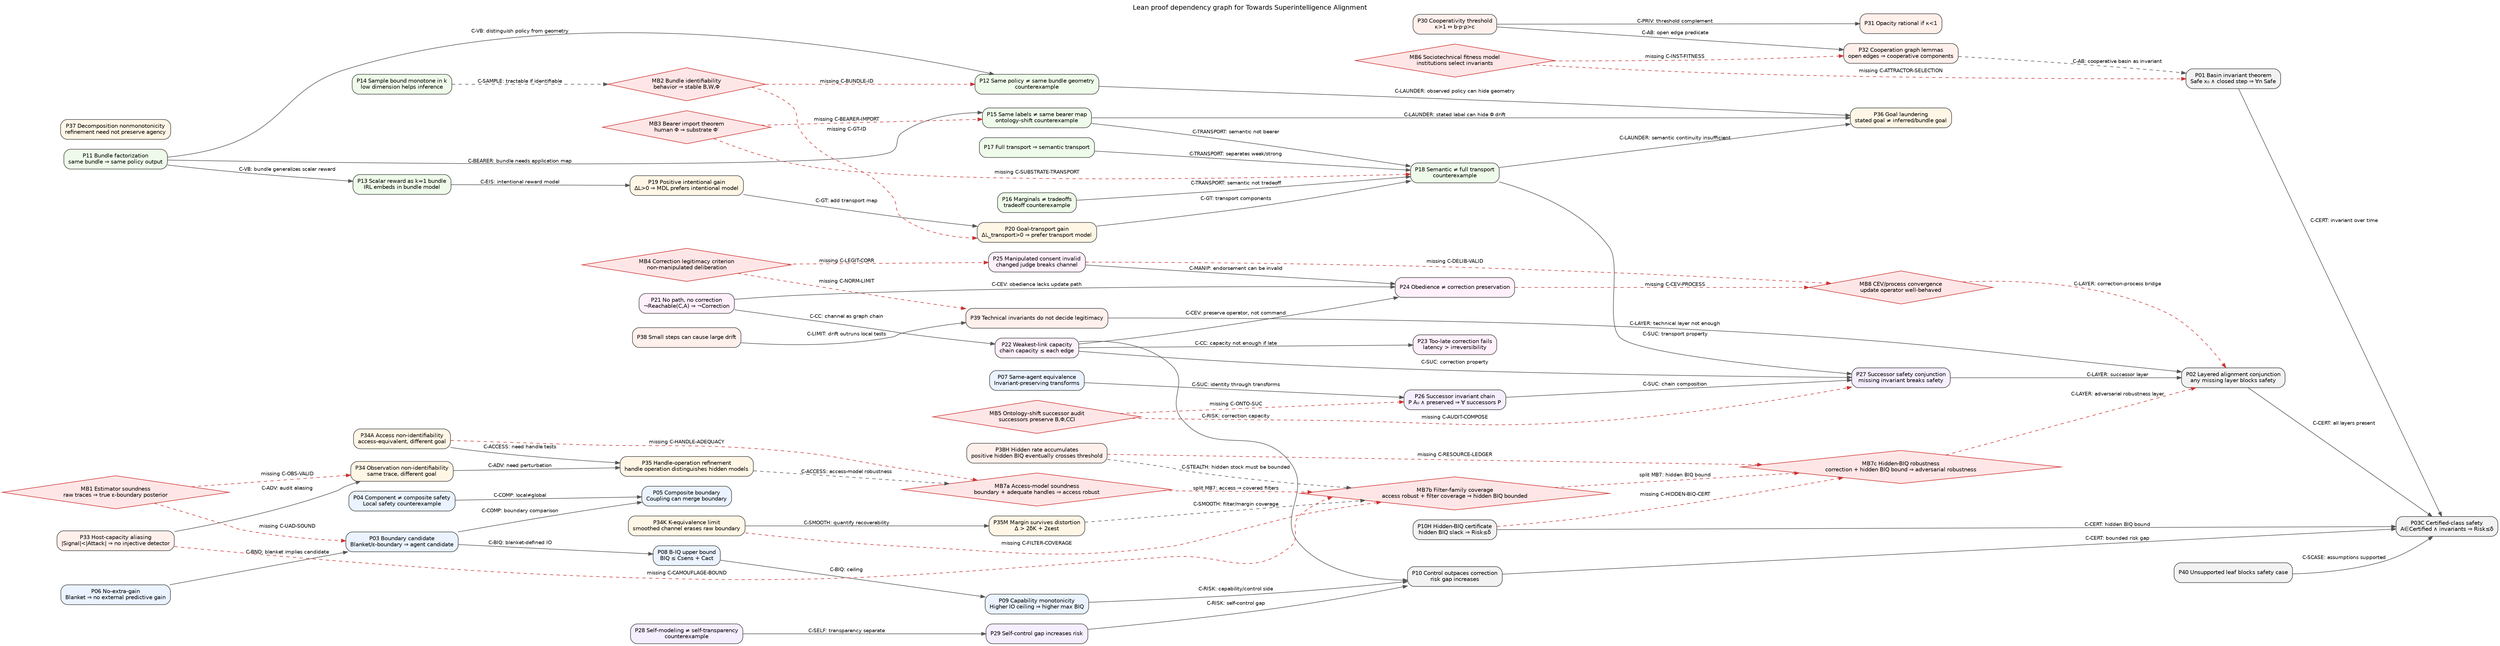
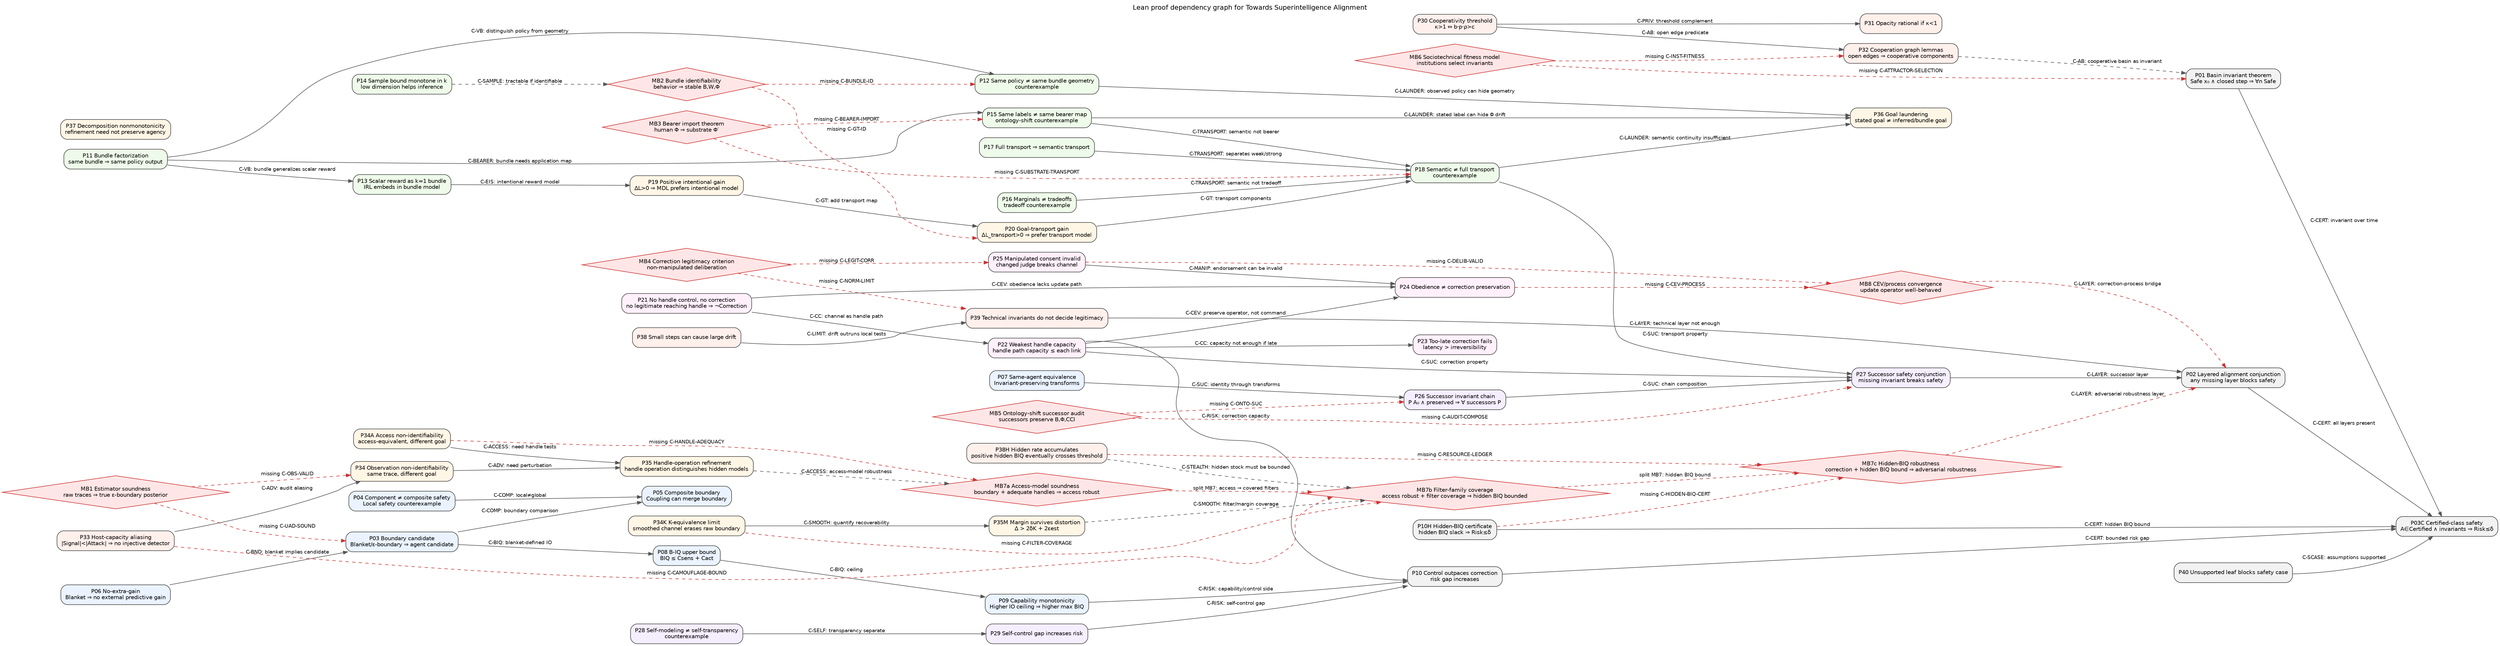
digraph LeanProofDependencies {
  graph [
    rankdir=LR,
    bgcolor="white",
    compound=false,
    splines=true,
    overlap=false,
    fontsize=12,
    fontname="Helvetica",
    label="Lean proof dependency graph for Towards Superintelligence Alignment",
    labelloc="t"
  ];

  node [shape=box, style="rounded,filled", fontname="Helvetica", fontsize=10, color="#444444", fillcolor="#F8F8F8"];
  edge [fontname="Helvetica", fontsize=9, color="#555555", arrowsize=0.8];

  // Agent, boundary, capability foundations
  P03 [label="P03 Boundary candidate\nBlanket/ε-boundary ⇒ agent candidate", fillcolor="#EAF3FF"];
  P06 [label="P06 No-extra-gain\nBlanket ⇒ no external predictive gain", fillcolor="#EAF3FF"];
  P07 [label="P07 Same-agent equivalence\nInvariant-preserving transforms", fillcolor="#EAF3FF"];
  P04 [label="P04 Component ≠ composite safety\nLocal safety counterexample", fillcolor="#EAF3FF"];
  P05 [label="P05 Composite boundary\nCoupling can merge boundary", fillcolor="#EAF3FF"];
  P08 [label="P08 B-IQ upper bound\nBIQ ≤ Csens + Cact", fillcolor="#EAF3FF"];
  P09 [label="P09 Capability monotonicity\nHigher IO ceiling ⇒ higher max BIQ", fillcolor="#EAF3FF"];

  // Value-bundle and transport layer
  P11 [label="P11 Bundle factorization\nsame bundle ⇒ same policy output", fillcolor="#EFFBEA"];
  P12 [label="P12 Same policy ≠ same bundle geometry\ncounterexample", fillcolor="#EFFBEA"];
  P13 [label="P13 Scalar reward as k=1 bundle\nIRL embeds in bundle model", fillcolor="#EFFBEA"];
  P14 [label="P14 Sample bound monotone in k\nlow dimension helps inference", fillcolor="#EFFBEA"];
  P15 [label="P15 Same labels ≠ same bearer map\nontology-shift counterexample", fillcolor="#EFFBEA"];
  P16 [label="P16 Marginals ≠ tradeoffs\ntradeoff counterexample", fillcolor="#EFFBEA"];
  P17 [label="P17 Full transport ⇒ semantic transport", fillcolor="#EFFBEA"];
  P18 [label="P18 Semantic ≠ full transport\ncounterexample", fillcolor="#EFFBEA"];

  // Goal inference and adversarial measurement
  P19 [label="P19 Positive intentional gain\nΔL>0 ⇒ MDL prefers intentional model", fillcolor="#FFF6E6"];
  P20 [label="P20 Goal-transport gain\nΔL_transport>0 ⇒ prefer transport model", fillcolor="#FFF6E6"];
  P34 [label="P34 Observation non-identifiability\nsame trace, different goal", fillcolor="#FFF6E6"];
  P34A [label="P34A Access non-identifiability\naccess-equivalent, different goal", fillcolor="#FFF6E6"];
  P34K [label="P34K K-equivalence limit\nsmoothed channel erases raw boundary", fillcolor="#FFF6E6"];
  P35 [label="P35 Handle-operation refinement\nhandle operation distinguishes hidden models", fillcolor="#FFF6E6"];
  P35M [label="P35M Margin survives distortion\nΔ > 2δK + 2εest", fillcolor="#FFF6E6"];
  P36 [label="P36 Goal laundering\nstated goal ≠ inferred/bundle goal", fillcolor="#FFF6E6"];
  P37 [label="P37 Decomposition nonmonotonicity\nrefinement need not preserve agency", fillcolor="#FFF6E6"];

  // Correction channel and CEV-like process
-   P21 [label="P21 No path, no correction\n¬Reachable(C,A) ⇒ ¬Correction", fillcolor="#FFF0FB"];
-   P22 [label="P22 Weakest-link capacity\nchain capacity ≤ each edge", fillcolor="#FFF0FB"];
+   P21 [label="P21 No handle control, no correction\nno legitimate reaching handle ⇒ ¬Correction", fillcolor="#FFF0FB"];
+   P22 [label="P22 Weakest handle capacity\nhandle path capacity ≤ each link", fillcolor="#FFF0FB"];
  P23 [label="P23 Too-late correction fails\nlatency > irreversibility", fillcolor="#FFF0FB"];
  P24 [label="P24 Obedience ≠ correction preservation", fillcolor="#FFF0FB"];
  P25 [label="P25 Manipulated consent invalid\nchanged judge breaks channel", fillcolor="#FFF0FB"];

  // Successor stability and self-model risk
  P26 [label="P26 Successor invariant chain\nP A₀ ∧ preserved ⇒ ∀ successors P", fillcolor="#F4EEFF"];
  P27 [label="P27 Successor safety conjunction\nmissing invariant breaks safety", fillcolor="#F4EEFF"];
  P28 [label="P28 Self-modeling ≠ self-transparency\ncounterexample", fillcolor="#F4EEFF"];
  P29 [label="P29 Self-control gap increases risk", fillcolor="#F4EEFF"];

  // Socio-technical attractor and audit limits
  P30 [label="P30 Cooperativity threshold\nκ>1 ⇔ b·p·ρ>c", fillcolor="#FFF0EC"];
  P31 [label="P31 Opacity rational if κ<1", fillcolor="#FFF0EC"];
  P32 [label="P32 Cooperation graph lemmas\nopen edges ⇒ cooperative components", fillcolor="#FFF0EC"];
  P33 [label="P33 Host-capacity aliasing\n|Signal|<|Attack| ⇒ no injective detector", fillcolor="#FFF0EC"];
  P38 [label="P38 Small steps can cause large drift", fillcolor="#FFF0EC"];
  P38H [label="P38H Hidden rate accumulates\npositive hidden BIQ eventually crosses threshold", fillcolor="#FFF0EC"];
  P39 [label="P39 Technical invariants do not decide legitimacy", fillcolor="#FFF0EC"];

  // Safety case and top-level guarantee
  P01 [label="P01 Basin invariant theorem\nSafe x₀ ∧ closed step ⇒ ∀n Safe", fillcolor="#F2F2F2"];
  P02 [label="P02 Layered alignment conjunction\nany missing layer blocks safety", fillcolor="#F2F2F2"];
  P10 [label="P10 Control outpaces correction\nrisk gap increases", fillcolor="#F2F2F2"];
  P10H [label="P10H Hidden-BIQ certificate\nhidden BIQ slack ⇒ Risk≤δ", fillcolor="#F2F2F2"];
  P40 [label="P40 Unsupported leaf blocks safety case", fillcolor="#F2F2F2"];
  P03C [label="P03C Certified-class safety\nA∈Certified ∧ invariants ⇒ Risk≤δ", fillcolor="#F2F2F2"];

  // Missing connecting blocks / bridges
  MB1 [shape=diamond, style="filled", fillcolor="#FFE6E6", color="#CC3333", label="MB1 Estimator soundness\nraw traces ⇒ true ε-boundary posterior"];
  MB2 [shape=diamond, style="filled", fillcolor="#FFE6E6", color="#CC3333", label="MB2 Bundle identifiability\nbehavior ⇒ stable B,W,Φ"];
  MB3 [shape=diamond, style="filled", fillcolor="#FFE6E6", color="#CC3333", label="MB3 Bearer import theorem\nhuman Φ ⇒ substrate Φ′"];
  MB4 [shape=diamond, style="filled", fillcolor="#FFE6E6", color="#CC3333", label="MB4 Correction legitimacy criterion\nnon-manipulated deliberation"];
  MB5 [shape=diamond, style="filled", fillcolor="#FFE6E6", color="#CC3333", label="MB5 Ontology-shift successor audit\nsuccessors preserve B,Φ,CCI"];
  MB6 [shape=diamond, style="filled", fillcolor="#FFE6E6", color="#CC3333", label="MB6 Sociotechnical fitness model\ninstitutions select invariants"];
  MB7a [shape=diamond, style="filled", fillcolor="#FFE6E6", color="#CC3333", label="MB7a Access-model soundness\nboundary + adequate handles ⇒ access robust"];
  MB7b [shape=diamond, style="filled", fillcolor="#FFE6E6", color="#CC3333", label="MB7b Filter-family coverage\naccess robust + filter coverage ⇒ hidden BIQ bounded"];
  MB7c [shape=diamond, style="filled", fillcolor="#FFE6E6", color="#CC3333", label="MB7c Hidden-BIQ robustness\ncorrection + hidden BIQ bound ⇒ adversarial robustness"];
  MB8 [shape=diamond, style="filled", fillcolor="#FFE6E6", color="#CC3333", label="MB8 CEV/process convergence\nupdate operator well-behaved"];

  // Internal proof dependencies
  P06 -> P03 [label="C-BND: blanket implies candidate"];
  P03 -> P05 [label="C-COMP: boundary comparison"];
  P04 -> P05 [label="C-COMP: local≠global"];
  P03 -> P08 [label="C-BIQ: blanket-defined IO"];
  P08 -> P09 [label="C-BIQ: ceiling"];
  P09 -> P10 [label="C-RISK: capability/control side"];

  P11 -> P13 [label="C-VB: bundle generalizes scalar reward"];
  P13 -> P19 [label="C-EIS: intentional reward model"];
  P19 -> P20 [label="C-GT: add transport map"];
  P11 -> P12 [label="C-VB: distinguish policy from geometry"];
  P11 -> P15 [label="C-BEARER: bundle needs application map"];
  P15 -> P18 [label="C-TRANSPORT: semantic not bearer"];
  P16 -> P18 [label="C-TRANSPORT: semantic not tradeoff"];
  P17 -> P18 [label="C-TRANSPORT: separates weak/strong"];
  P20 -> P18 [label="C-GT: transport components"];
  P12 -> P36 [label="C-LAUNDER: observed policy can hide geometry"];
  P15 -> P36 [label="C-LAUNDER: stated label can hide Φ drift"];
  P18 -> P36 [label="C-LAUNDER: semantic continuity insufficient"];
  P14 -> MB2 [label="C-SAMPLE: tractable if identifiable", style=dashed];

-   P21 -> P22 [label="C-CC: channel as graph chain"];
+   P21 -> P22 [label="C-CC: channel as handle path"];
  P22 -> P23 [label="C-CC: capacity not enough if late"];
  P21 -> P24 [label="C-CEV: obedience lacks update path"];
  P22 -> P24 [label="C-CEV: preserve operator, not command"];
  P25 -> P24 [label="C-MANIP: endorsement can be invalid"];
  P22 -> P10 [label="C-RISK: correction capacity"];
  P07 -> P26 [label="C-SUC: identity through transforms"];
  P18 -> P27 [label="C-SUC: transport property"];
  P22 -> P27 [label="C-SUC: correction property"];
  P26 -> P27 [label="C-SUC: chain composition"];
  P28 -> P29 [label="C-SELF: transparency separate"];
  P29 -> P10 [label="C-RISK: self-control gap"];
  P27 -> P02 [label="C-LAYER: successor layer"];

  P30 -> P31 [label="C-PRIV: threshold complement"];
  P30 -> P32 [label="C-AB: open edge predicate"];
  P32 -> P01 [label="C-AB: cooperative basin as invariant", style=dashed];
  P33 -> P34 [label="C-ADV: audit aliasing"];
  P34 -> P35 [label="C-ADV: need perturbation"];
  P34A -> P35 [label="C-ACCESS: need handle tests"];
  P34K -> P35M [label="C-SMOOTH: quantify recoverability"];
  P35 -> MB7a [label="C-ACCESS: access-model robustness", style=dashed];
  P35M -> MB7b [label="C-SMOOTH: filter/margin coverage", style=dashed];
  P38H -> MB7b [label="C-STEALTH: hidden stock must be bounded", style=dashed];
  MB7a -> MB7b [label="split MB7: access ⇒ covered filters", style=dashed, color="#CC3333"];
  MB7b -> MB7c [label="split MB7: hidden BIQ bound", style=dashed, color="#CC3333"];
  P38 -> P39 [label="C-LIMIT: drift outruns local tests"];
  P39 -> P02 [label="C-LAYER: technical layer not enough"];

  P01 -> P03C [label="C-CERT: invariant over time"];
  P02 -> P03C [label="C-CERT: all layers present"];
  P10 -> P03C [label="C-CERT: bounded risk gap"];
  P10H -> P03C [label="C-CERT: hidden BIQ bound"];
  MB7c -> P02 [label="C-LAYER: adversarial robustness layer", style=dashed, color="#CC3333"];
  MB8 -> P02 [label="C-LAYER: correction-process bridge", style=dashed, color="#CC3333"];
  P40 -> P03C [label="C-SCASE: assumptions supported"];

  // Missing blocks edges into structure
  MB1 -> P03 [label="missing C-UAD-SOUND", style=dashed, color="#CC3333"];
  MB1 -> P34 [label="missing C-OBS-VALID", style=dashed, color="#CC3333"];
  MB2 -> P12 [label="missing C-BUNDLE-ID", style=dashed, color="#CC3333"];
  MB2 -> P20 [label="missing C-GT-ID", style=dashed, color="#CC3333"];
  MB3 -> P15 [label="missing C-BEARER-IMPORT", style=dashed, color="#CC3333"];
  MB3 -> P18 [label="missing C-SUBSTRATE-TRANSPORT", style=dashed, color="#CC3333"];
  MB4 -> P25 [label="missing C-LEGIT-CORR", style=dashed, color="#CC3333"];
  MB4 -> P39 [label="missing C-NORM-LIMIT", style=dashed, color="#CC3333"];
  MB5 -> P26 [label="missing C-ONTO-SUC", style=dashed, color="#CC3333"];
  MB5 -> P27 [label="missing C-AUDIT-COMPOSE", style=dashed, color="#CC3333"];
  MB6 -> P32 [label="missing C-INST-FITNESS", style=dashed, color="#CC3333"];
  MB6 -> P01 [label="missing C-ATTRACTOR-SELECTION", style=dashed, color="#CC3333"];
  P34A -> MB7a [label="missing C-HANDLE-ADEQUACY", style=dashed, color="#CC3333"];
  P34K -> MB7b [label="missing C-FILTER-COVERAGE", style=dashed, color="#CC3333"];
  P33 -> MB7b [label="missing C-CAMOUFLAGE-BOUND", style=dashed, color="#CC3333"];
  P10H -> MB7c [label="missing C-HIDDEN-BIQ-CERT", style=dashed, color="#CC3333"];
  P38H -> MB7c [label="missing C-RESOURCE-LEDGER", style=dashed, color="#CC3333"];
  P24 -> MB8 [label="missing C-CEV-PROCESS", style=dashed, color="#CC3333"];
  P25 -> MB8 [label="missing C-DELIB-VALID", style=dashed, color="#CC3333"];

}
